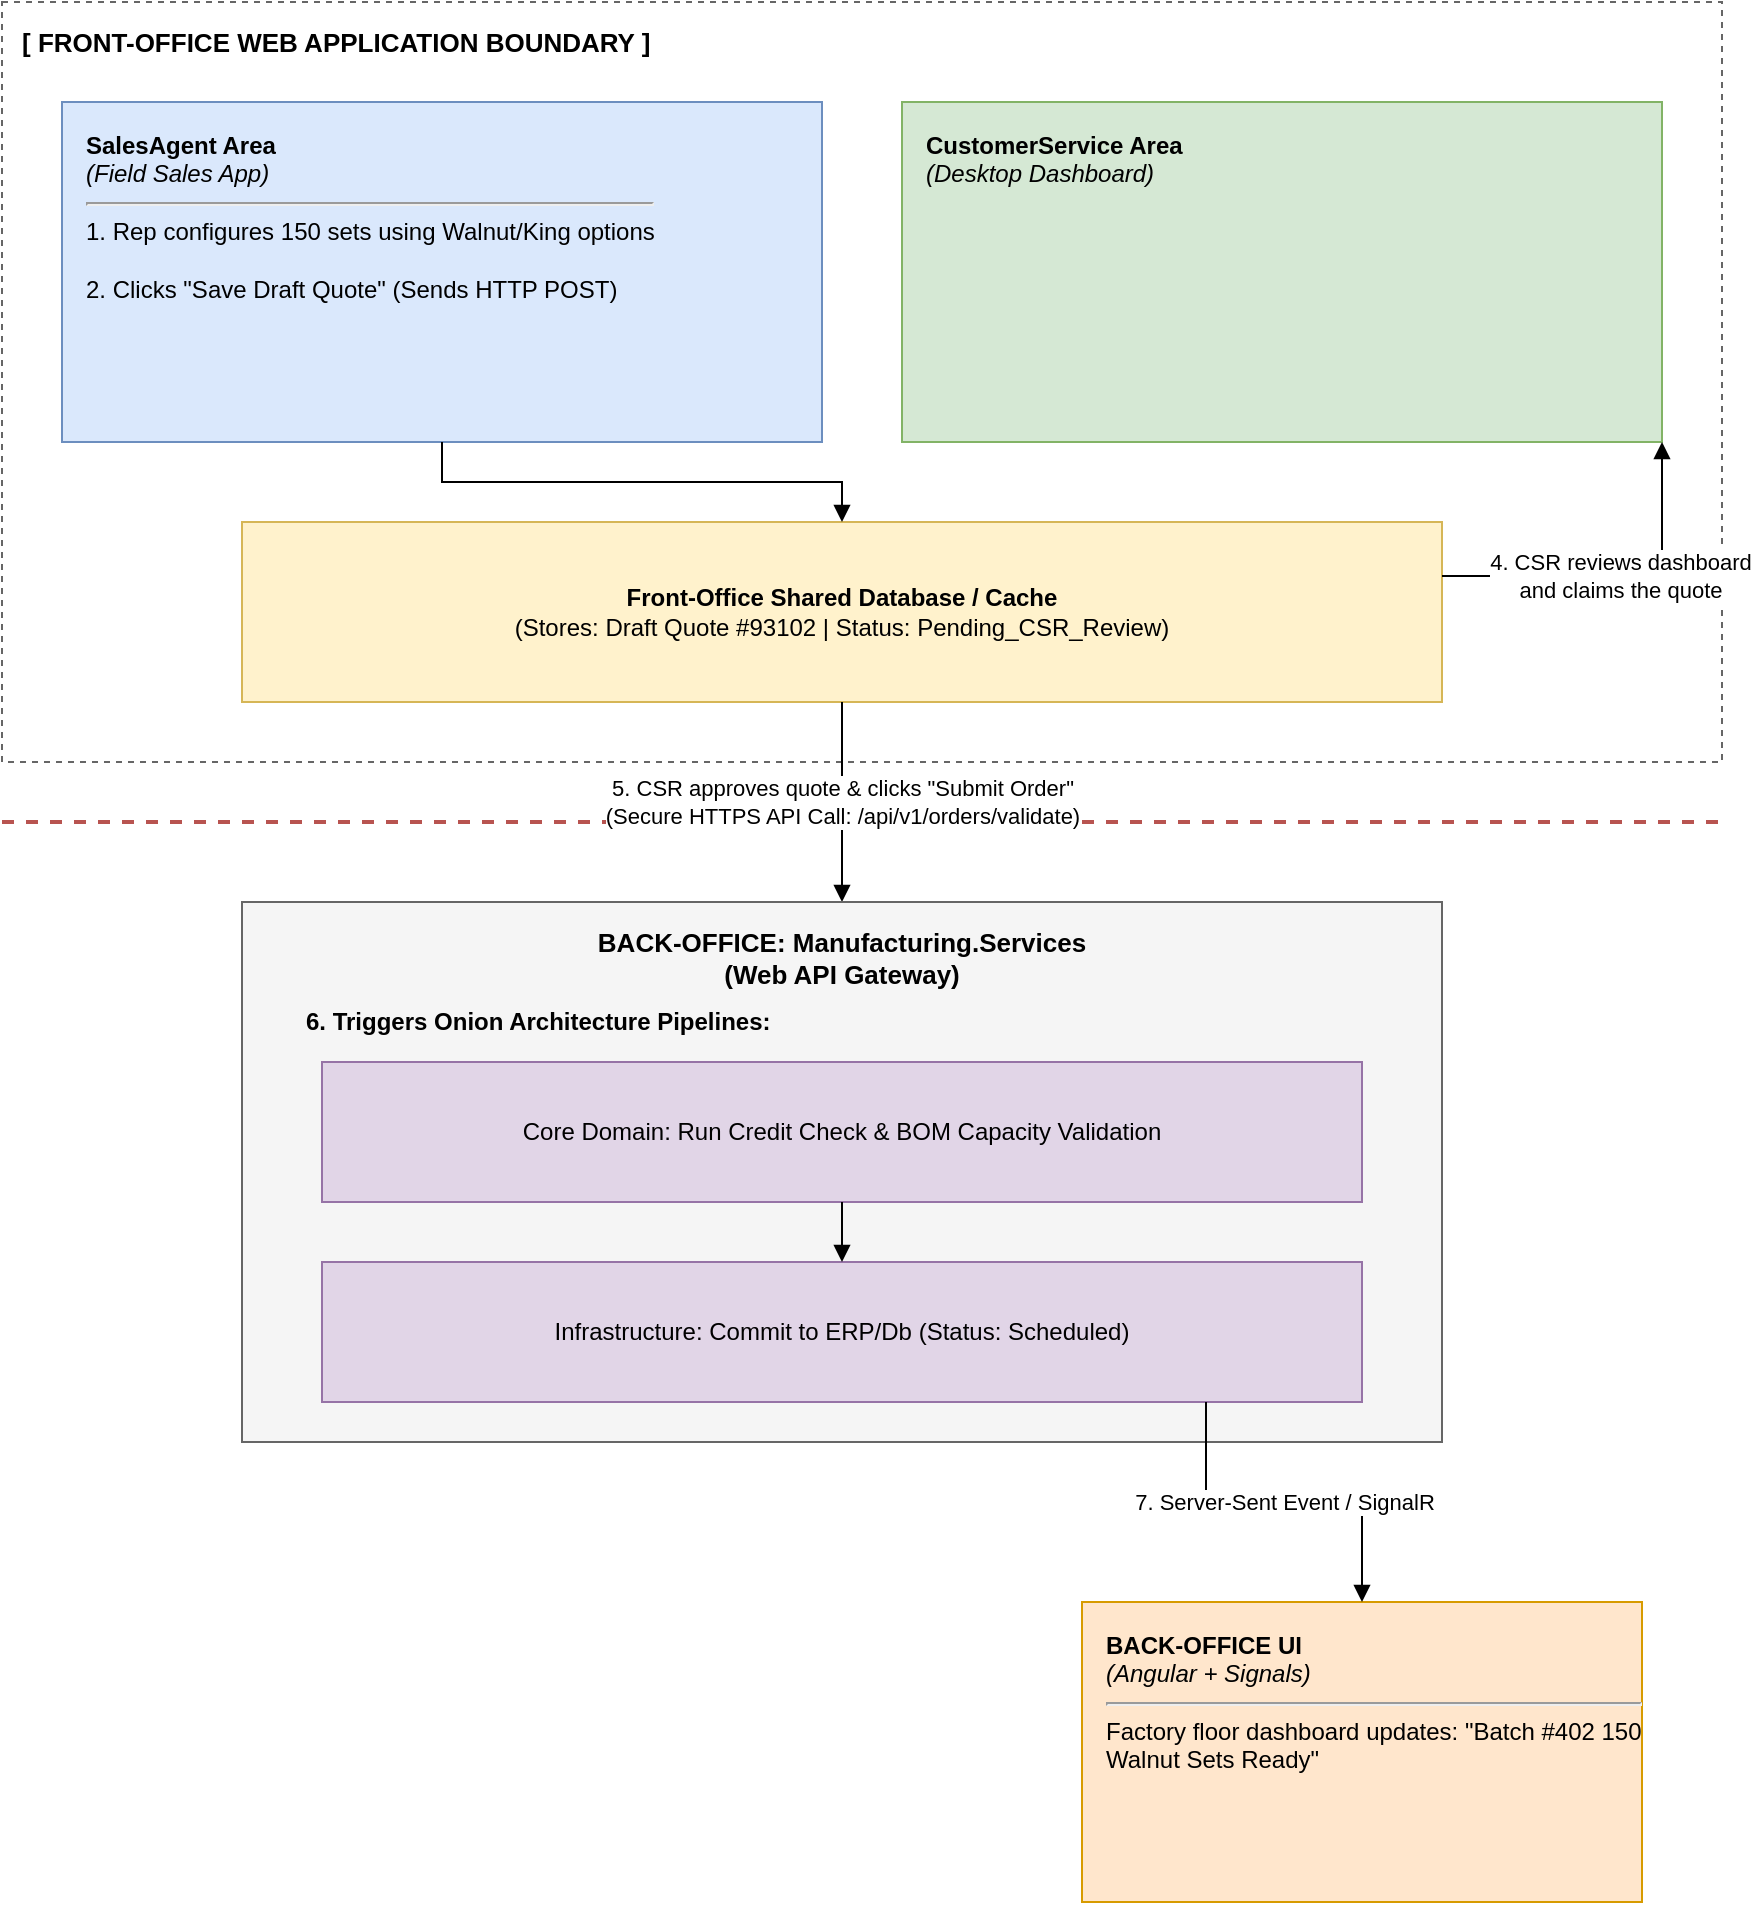
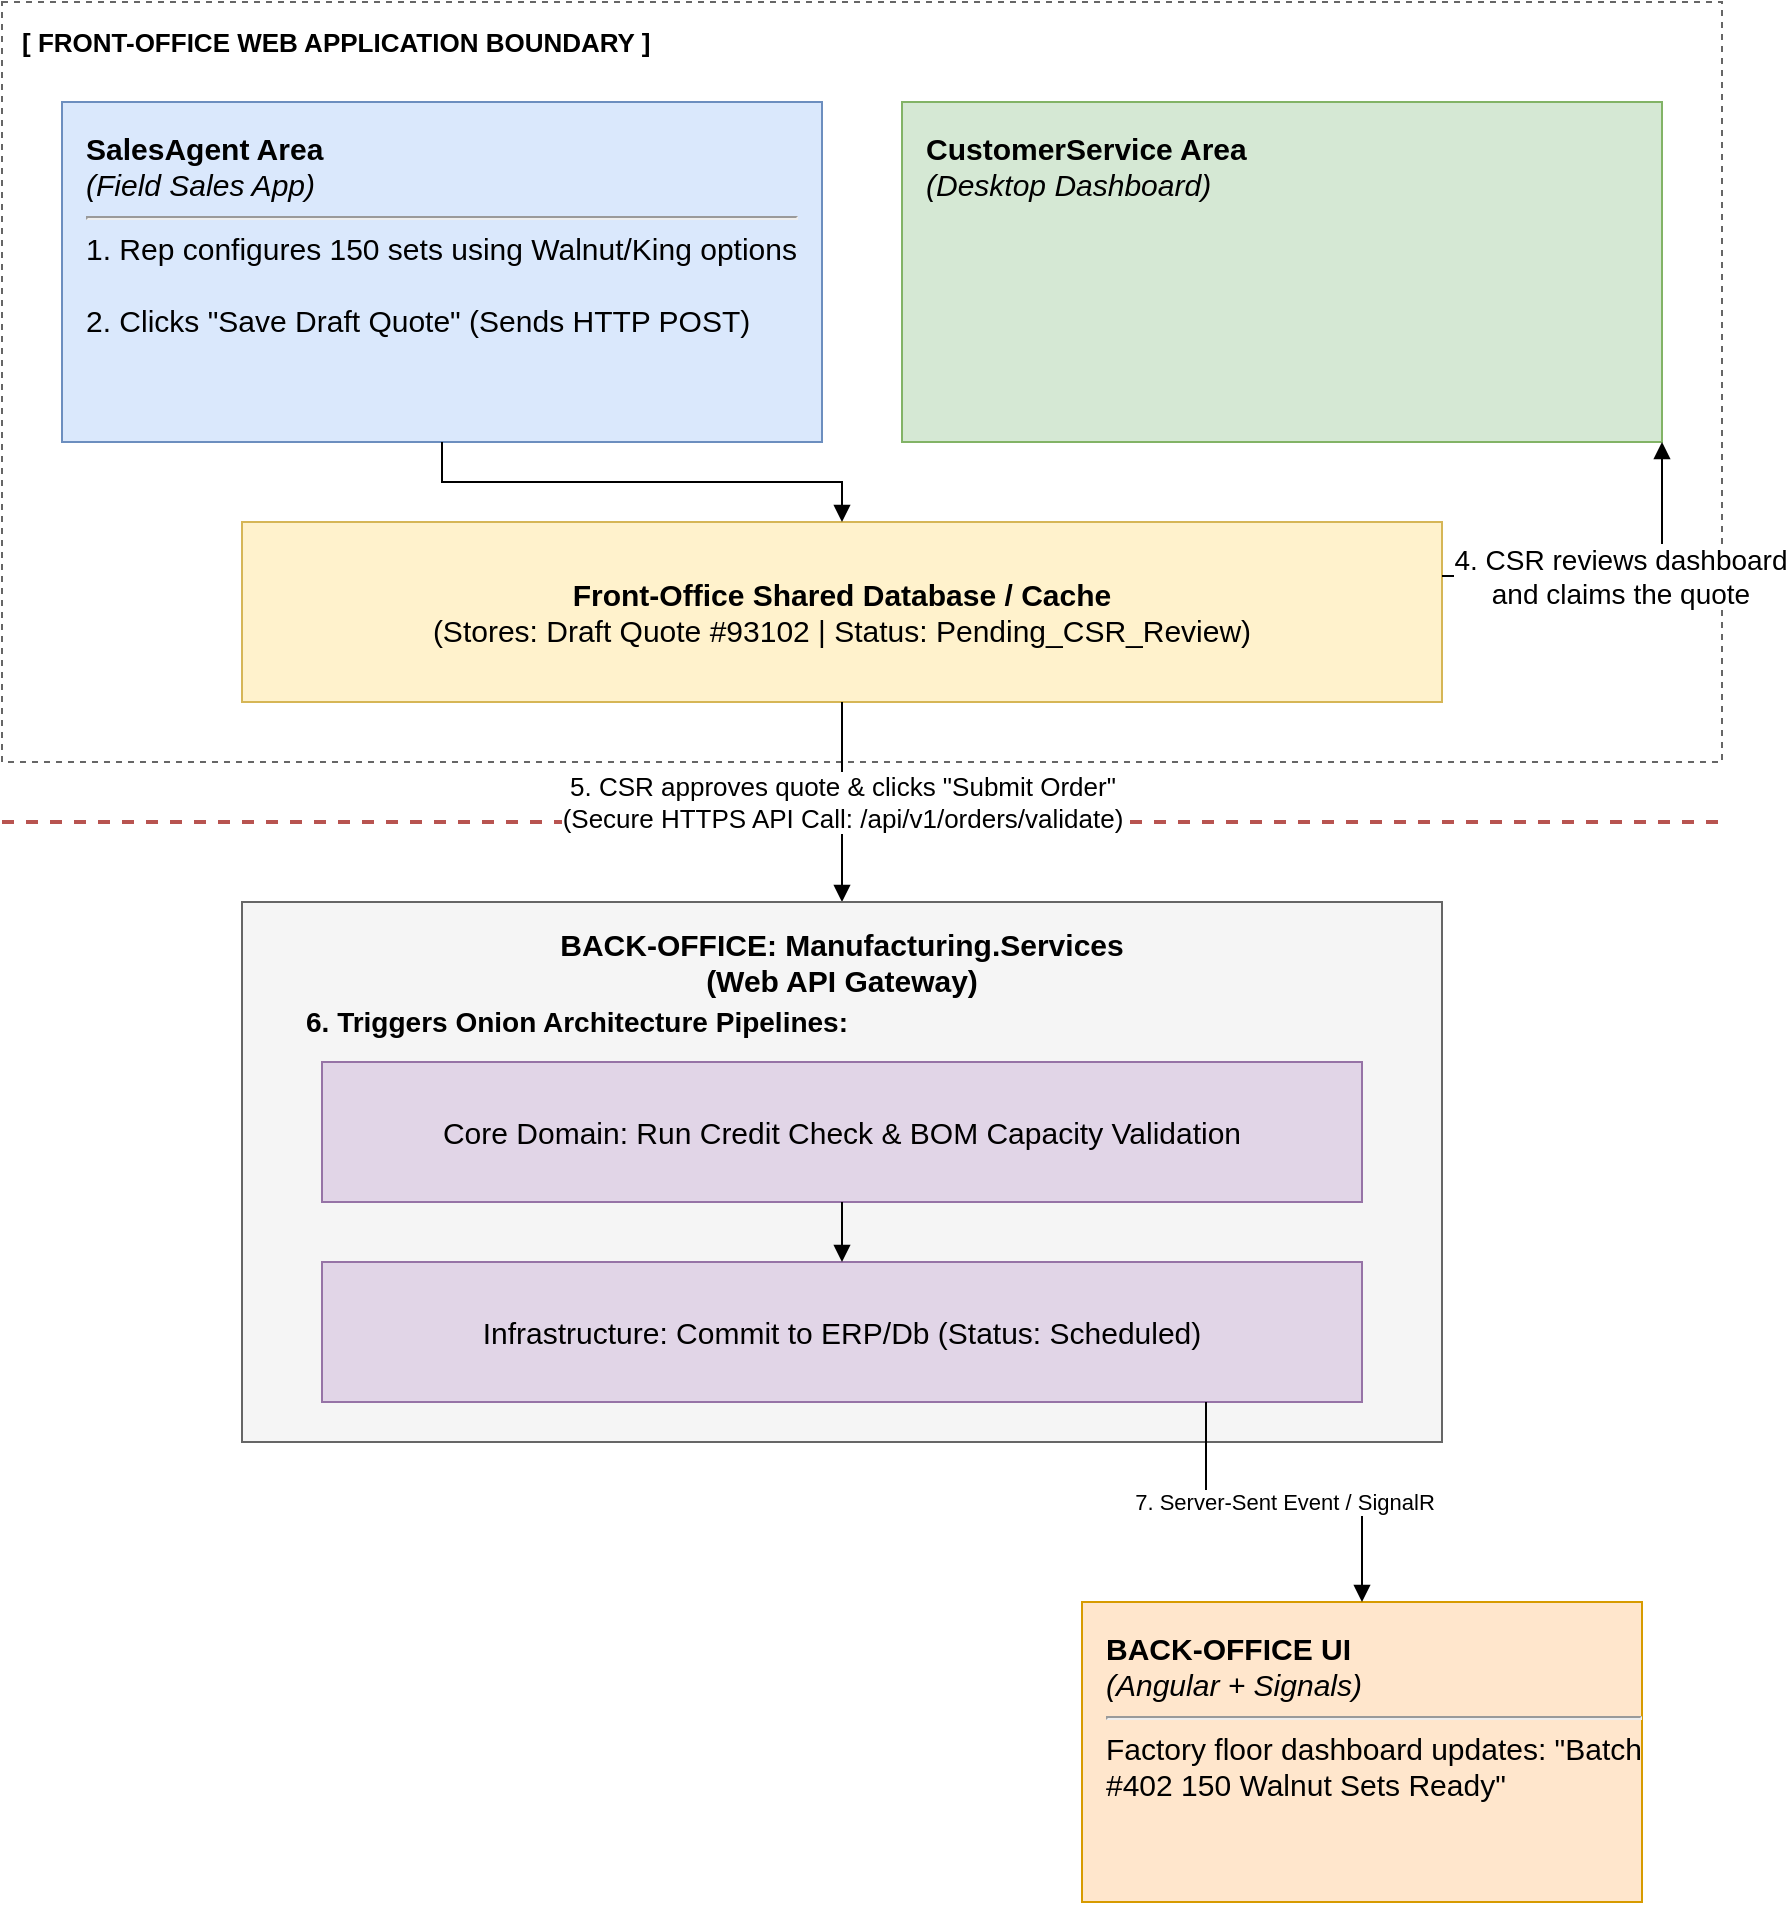
- <mxfile host="app.diagrams.net" modified="2026-07-17T00:00:00.000Z" agent="Claude Code" version="24.7.17" type="device">
+ <mxfile host="app.diagrams.net" agent="Claude Code">
  <diagram id="order-to-manufacturing-floor" name="Order to Manufacturing Floor">
-     <mxGraphModel dx="1400" dy="900" grid="1" gridSize="10" guides="1" tooltips="1" connect="1" arrows="1" fold="1" page="1" pageScale="1" pageWidth="900" pageHeight="1150" math="0" shadow="0">
+     <mxGraphModel dx="1607" dy="973" grid="1" gridSize="10" guides="1" tooltips="1" connect="1" arrows="1" fold="1" page="1" pageScale="1" pageWidth="900" pageHeight="1150" math="0" shadow="0">
      <root>
        <mxCell id="0" />
        <mxCell id="1" parent="0" />
- 
-         <!-- Front-Office boundary container -->
-         <mxCell id="fo-boundary" value="[ FRONT-OFFICE WEB APPLICATION BOUNDARY ]" style="rounded=0;whiteSpace=wrap;html=1;verticalAlign=top;align=left;fontStyle=1;fontSize=13;fillColor=none;strokeColor=#666666;dashed=1;spacingLeft=8;spacingTop=6;" vertex="1" parent="1">
-           <mxGeometry x="20" y="40" width="860" height="380" as="geometry" />
+         <mxCell id="fo-boundary" parent="1" style="rounded=0;whiteSpace=wrap;html=1;verticalAlign=top;align=left;fontStyle=1;fontSize=13;fillColor=none;strokeColor=#666666;dashed=1;spacingLeft=8;spacingTop=6;" value="[ FRONT-OFFICE WEB APPLICATION BOUNDARY ]" vertex="1">
+           <mxGeometry height="380" width="860" x="20" y="40" as="geometry" />
        </mxCell>
- 
-         <!-- SalesAgent Area -->
-         <mxCell id="sales-area" value="&lt;b&gt;SalesAgent Area&lt;/b&gt;&lt;br&gt;&lt;i&gt;(Field Sales App)&lt;/i&gt;&lt;hr&gt;1. Rep configures 150 sets using Walnut/King options&lt;br&gt;&lt;br&gt;2. Clicks &amp;quot;Save Draft Quote&amp;quot; (Sends HTTP POST)" style="rounded=0;whiteSpace=wrap;html=1;align=left;verticalAlign=top;spacingLeft=10;spacingTop=8;fillColor=#dae8fc;strokeColor=#6c8ebf;fontSize=12;" vertex="1" parent="1">
-           <mxGeometry x="50" y="90" width="380" height="170" as="geometry" />
+         <mxCell id="sales-area" parent="1" style="rounded=0;whiteSpace=wrap;html=1;align=left;verticalAlign=top;spacingLeft=10;spacingTop=8;fillColor=#dae8fc;strokeColor=#6c8ebf;fontSize=12;" value="&lt;font style=&quot;font-size: 15px;&quot;&gt;&lt;b&gt;SalesAgent Area&lt;/b&gt;&lt;br&gt;&lt;i&gt;(Field Sales App)&lt;/i&gt;&lt;/font&gt;&lt;hr&gt;&lt;font style=&quot;font-size: 15px;&quot;&gt;1. Rep configures 150 sets using Walnut/King options&lt;br&gt;&lt;br&gt;2. Clicks &quot;Save Draft Quote&quot; (Sends HTTP POST)&lt;/font&gt;" vertex="1">
+           <mxGeometry height="170" width="380" x="50" y="90" as="geometry" />
        </mxCell>
- 
-         <!-- CustomerService Area -->
-         <mxCell id="csr-area" value="&lt;b&gt;CustomerService Area&lt;/b&gt;&lt;br&gt;&lt;i&gt;(Desktop Dashboard)&lt;/i&gt;" style="rounded=0;whiteSpace=wrap;html=1;align=left;verticalAlign=top;spacingLeft=10;spacingTop=8;fillColor=#d5e8d4;strokeColor=#82b366;fontSize=12;" vertex="1" parent="1">
-           <mxGeometry x="470" y="90" width="380" height="170" as="geometry" />
+         <mxCell id="csr-area" parent="1" style="rounded=0;whiteSpace=wrap;html=1;align=left;verticalAlign=top;spacingLeft=10;spacingTop=8;fillColor=#d5e8d4;strokeColor=#82b366;fontSize=12;" value="&lt;font style=&quot;font-size: 15px;&quot;&gt;&lt;b&gt;CustomerService Area&lt;/b&gt;&lt;br&gt;&lt;i&gt;(Desktop Dashboard)&lt;/i&gt;&lt;/font&gt;" vertex="1">
+           <mxGeometry height="170" width="380" x="470" y="90" as="geometry" />
        </mxCell>
- 
-         <!-- Front-Office Shared Database / Cache -->
-         <mxCell id="shared-db" value="&lt;b&gt;Front-Office Shared Database / Cache&lt;/b&gt;&lt;br&gt;(Stores: Draft Quote #93102 | Status: Pending_CSR_Review)" style="rounded=0;whiteSpace=wrap;html=1;align=center;verticalAlign=middle;fillColor=#fff2cc;strokeColor=#d6b656;fontSize=12;" vertex="1" parent="1">
-           <mxGeometry x="140" y="300" width="600" height="90" as="geometry" />
+         <mxCell id="shared-db" parent="1" style="rounded=0;whiteSpace=wrap;html=1;align=center;verticalAlign=middle;fillColor=#fff2cc;strokeColor=#d6b656;fontSize=12;" value="&lt;font style=&quot;font-size: 15px;&quot;&gt;&lt;b&gt;Front-Office Shared Database / Cache&lt;/b&gt;&lt;br&gt;(Stores: Draft Quote #93102 | Status: Pending_CSR_Review)&lt;/font&gt;" vertex="1">
+           <mxGeometry height="90" width="600" x="140" y="300" as="geometry" />
        </mxCell>
- 
-         <!-- SalesAgent -> Shared DB -->
-         <mxCell id="edge-sales-to-db" style="edgeStyle=orthogonalEdgeStyle;rounded=0;html=1;endArrow=block;elbow=vertical;" edge="1" parent="1" source="sales-area" target="shared-db">
+         <mxCell id="edge-sales-to-db" edge="1" parent="1" source="sales-area" style="edgeStyle=orthogonalEdgeStyle;rounded=0;html=1;endArrow=block;elbow=vertical;" target="shared-db">
          <mxGeometry relative="1" as="geometry" />
        </mxCell>
- 
-         <!-- Shared DB -> CustomerService Area (CSR reviews & claims) -->
-         <mxCell id="edge-db-to-csr" value="4. CSR reviews dashboard&lt;br&gt;and claims the quote" style="edgeStyle=orthogonalEdgeStyle;rounded=0;html=1;endArrow=block;elbow=vertical;exitX=1;exitY=0.3;entryX=1;entryY=1;fontSize=11;" edge="1" parent="1" source="shared-db" target="csr-area">
+         <mxCell id="edge-db-to-csr" edge="1" parent="1" source="shared-db" style="edgeStyle=orthogonalEdgeStyle;rounded=0;html=1;endArrow=block;elbow=vertical;exitX=1;exitY=0.3;entryX=1;entryY=1;fontSize=11;" target="csr-area" value="&lt;font style=&quot;font-size: 14px;&quot;&gt;4. CSR reviews dashboard&lt;br&gt;and claims the quote&lt;/font&gt;">
          <mxGeometry relative="1" as="geometry" />
        </mxCell>
- 
-         <!-- SYSTEM BOUNDARY line -->
-         <mxCell id="system-boundary" value="SYSTEM BOUNDARY" style="edgeStyle=none;html=1;endArrow=none;startArrow=none;dashed=1;strokeColor=#b85450;strokeWidth=2;fontStyle=1;fontColor=#b85450;fontSize=12;labelBackgroundColor=#ffffff;" edge="1" parent="1">
+         <mxCell id="system-boundary" edge="1" parent="1" style="edgeStyle=none;html=1;endArrow=none;startArrow=none;dashed=1;strokeColor=#b85450;strokeWidth=2;fontStyle=1;fontColor=#b85450;fontSize=12;labelBackgroundColor=#ffffff;" value="SYSTEM BOUNDARY">
          <mxGeometry relative="1" as="geometry">
            <mxPoint x="20" y="450" as="sourcePoint" />
            <mxPoint x="880" y="450" as="targetPoint" />
          </mxGeometry>
        </mxCell>
- 
-         <!-- Shared DB -> Back-Office Gateway (crosses system boundary) -->
-         <mxCell id="edge-db-to-gateway" value="5. CSR approves quote &amp; clicks &amp;quot;Submit Order&amp;quot;&lt;br&gt;(Secure HTTPS API Call: /api/v1/orders/validate)" style="edgeStyle=orthogonalEdgeStyle;rounded=0;html=1;endArrow=block;fontSize=11;exitX=0.5;exitY=1;entryX=0.5;entryY=0;" edge="1" parent="1" source="shared-db" target="gateway">
+         <mxCell id="edge-db-to-gateway" edge="1" parent="1" source="shared-db" style="edgeStyle=orthogonalEdgeStyle;rounded=0;html=1;endArrow=block;fontSize=11;exitX=0.5;exitY=1;entryX=0.5;entryY=0;" target="gateway" value="&lt;font style=&quot;font-size: 13px;&quot;&gt;5. CSR approves quote &amp;amp; clicks &quot;Submit Order&quot;&lt;br&gt;(Secure HTTPS API Call: /api/v1/orders/validate)&lt;/font&gt;">
          <mxGeometry relative="1" as="geometry" />
        </mxCell>
- 
-         <!-- Back-Office Gateway container -->
-         <mxCell id="gateway" value="BACK-OFFICE: Manufacturing.Services&lt;br&gt;(Web API Gateway)" style="rounded=0;whiteSpace=wrap;html=1;verticalAlign=top;align=center;fontStyle=1;fontSize=13;fillColor=#f5f5f5;strokeColor=#666666;spacingTop=6;" vertex="1" parent="1">
-           <mxGeometry x="140" y="490" width="600" height="270" as="geometry" />
+         <mxCell id="gateway" parent="1" style="rounded=0;whiteSpace=wrap;html=1;verticalAlign=top;align=center;fontStyle=1;fontSize=13;fillColor=#f5f5f5;strokeColor=#666666;spacingTop=6;" value="&lt;font style=&quot;font-size: 15px;&quot;&gt;BACK-OFFICE: Manufacturing.Services&lt;br&gt;(Web API Gateway)&lt;/font&gt;" vertex="1">
+           <mxGeometry height="270" width="600" x="140" y="490" as="geometry" />
        </mxCell>
- 
-         <!-- Pipelines label -->
-         <mxCell id="pipelines-label" value="6. Triggers Onion Architecture Pipelines:" style="text;html=1;align=left;verticalAlign=middle;fontStyle=1;fontSize=12;" vertex="1" parent="1">
-           <mxGeometry x="170" y="540" width="380" height="20" as="geometry" />
+         <mxCell id="pipelines-label" parent="1" style="text;html=1;align=left;verticalAlign=middle;fontStyle=1;fontSize=12;" value="&lt;font style=&quot;font-size: 14px;&quot;&gt;6. Triggers Onion Architecture Pipelines:&lt;/font&gt;" vertex="1">
+           <mxGeometry height="20" width="380" x="170" y="540" as="geometry" />
        </mxCell>
- 
-         <!-- Core Domain box -->
-         <mxCell id="core-domain" value="Core Domain: Run Credit Check &amp; BOM Capacity Validation" style="rounded=0;whiteSpace=wrap;html=1;align=center;verticalAlign=middle;fillColor=#e1d5e7;strokeColor=#9673a6;fontSize=12;" vertex="1" parent="1">
-           <mxGeometry x="180" y="570" width="520" height="70" as="geometry" />
+         <mxCell id="core-domain" parent="1" style="rounded=0;whiteSpace=wrap;html=1;align=center;verticalAlign=middle;fillColor=#e1d5e7;strokeColor=#9673a6;fontSize=12;" value="&lt;font style=&quot;font-size: 15px;&quot;&gt;Core Domain: Run Credit Check &amp;amp; BOM Capacity Validation&lt;/font&gt;" vertex="1">
+           <mxGeometry height="70" width="520" x="180" y="570" as="geometry" />
        </mxCell>
- 
-         <!-- Infrastructure box -->
-         <mxCell id="infra" value="Infrastructure: Commit to ERP/Db (Status: Scheduled)" style="rounded=0;whiteSpace=wrap;html=1;align=center;verticalAlign=middle;fillColor=#e1d5e7;strokeColor=#9673a6;fontSize=12;" vertex="1" parent="1">
-           <mxGeometry x="180" y="670" width="520" height="70" as="geometry" />
+         <mxCell id="infra" parent="1" style="rounded=0;whiteSpace=wrap;html=1;align=center;verticalAlign=middle;fillColor=#e1d5e7;strokeColor=#9673a6;fontSize=12;" value="&lt;font style=&quot;font-size: 15px;&quot;&gt;Infrastructure: Commit to ERP/Db (Status: Scheduled)&lt;/font&gt;" vertex="1">
+           <mxGeometry height="70" width="520" x="180" y="670" as="geometry" />
        </mxCell>
- 
-         <!-- Core Domain -> Infrastructure -->
-         <mxCell id="edge-core-to-infra" style="edgeStyle=orthogonalEdgeStyle;rounded=0;html=1;endArrow=block;" edge="1" parent="1" source="core-domain" target="infra">
+         <mxCell id="edge-core-to-infra" edge="1" parent="1" source="core-domain" style="edgeStyle=orthogonalEdgeStyle;rounded=0;html=1;endArrow=block;" target="infra">
          <mxGeometry relative="1" as="geometry" />
        </mxCell>
- 
-         <!-- Back-Office UI box -->
-         <mxCell id="backoffice-ui" value="&lt;b&gt;BACK-OFFICE UI&lt;/b&gt;&lt;br&gt;&lt;i&gt;(Angular + Signals)&lt;/i&gt;&lt;hr&gt;Factory floor dashboard updates: &amp;quot;Batch #402 150 Walnut Sets Ready&amp;quot;" style="rounded=0;whiteSpace=wrap;html=1;align=left;verticalAlign=top;spacingLeft=10;spacingTop=8;fillColor=#ffe6cc;strokeColor=#d79b00;fontSize=12;" vertex="1" parent="1">
-           <mxGeometry x="560" y="840" width="280" height="150" as="geometry" />
+         <mxCell id="backoffice-ui" parent="1" style="rounded=0;whiteSpace=wrap;html=1;align=left;verticalAlign=top;spacingLeft=10;spacingTop=8;fillColor=#ffe6cc;strokeColor=#d79b00;fontSize=12;" value="&lt;font style=&quot;font-size: 15px;&quot;&gt;&lt;b&gt;BACK-OFFICE UI&lt;/b&gt;&lt;br&gt;&lt;i&gt;(Angular + Signals)&lt;/i&gt;&lt;/font&gt;&lt;hr&gt;&lt;font style=&quot;font-size: 15px;&quot;&gt;Factory floor dashboard updates: &quot;Batch #402 150 Walnut Sets Ready&quot;&lt;/font&gt;" vertex="1">
+           <mxGeometry height="150" width="280" x="560" y="840" as="geometry" />
        </mxCell>
- 
-         <!-- Infrastructure -> Back-Office UI -->
-         <mxCell id="edge-infra-to-ui" value="7. Server-Sent Event / SignalR" style="edgeStyle=orthogonalEdgeStyle;rounded=0;html=1;endArrow=block;exitX=0.85;exitY=1;entryX=0.5;entryY=0;fontSize=11;" edge="1" parent="1" source="infra" target="backoffice-ui">
+         <mxCell id="edge-infra-to-ui" edge="1" parent="1" source="infra" style="edgeStyle=orthogonalEdgeStyle;rounded=0;html=1;endArrow=block;exitX=0.85;exitY=1;entryX=0.5;entryY=0;fontSize=11;" target="backoffice-ui" value="7. Server-Sent Event / SignalR">
          <mxGeometry relative="1" as="geometry" />
        </mxCell>
- 
      </root>
    </mxGraphModel>
  </diagram>
</mxfile>
